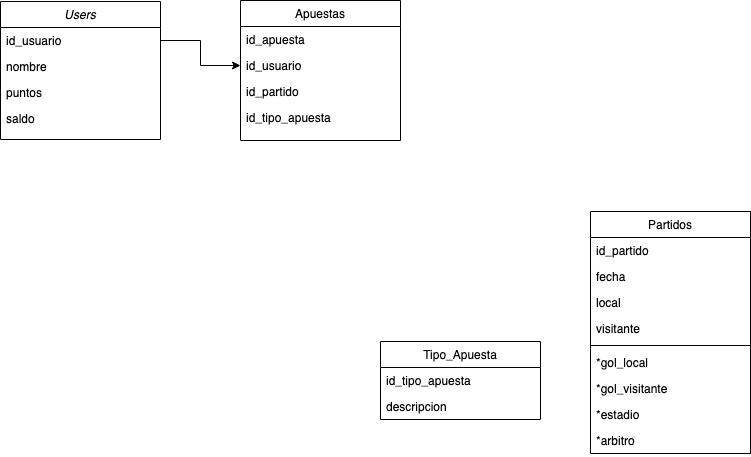
Earlier version of the draw.io export loteria.drawio.png (alekusa/loteria). Source tidied: cells renumbered, new cells last; positions are measured from the earlier drawing's top-left corner, leaving out a move shared by most shapes.
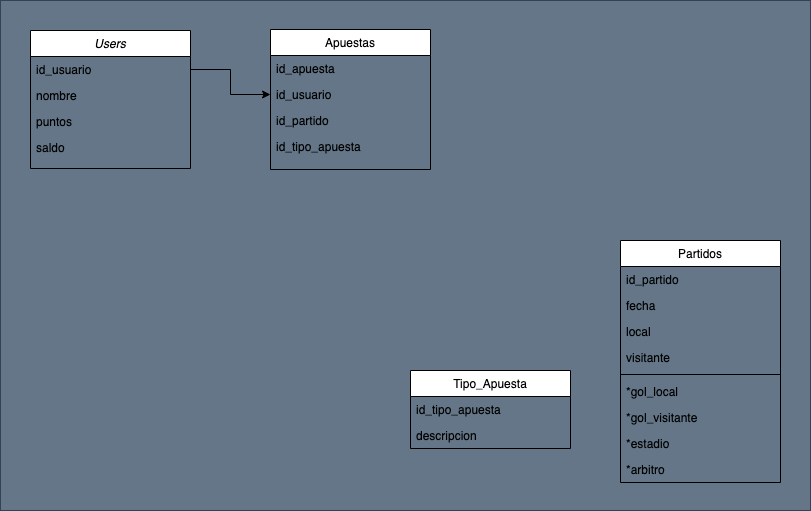
Above is the later version.

Change to the diagram source:
```diff
@@ -2,6 +2,9 @@
   <root>
     <mxCell id="0" />
     <mxCell id="1" parent="0" />
+    <mxCell id="26" style="rounded=0;whiteSpace=wrap;html=1;shadow=0;fillColor=#647687;strokeColor=#314354;fontColor=#ffffff;" parent="1" vertex="1">
+      <mxGeometry x="-30" y="-29" width="810" height="510" as="geometry" />
+    </mxCell>
     <mxCell id="2" value="Users" style="swimlane;fontStyle=2;align=center;verticalAlign=top;horizontal=1;startSize=26;rounded=0;shadow=0;strokeWidth=1;" parent="1" vertex="1">
       <mxGeometry y="1" width="160" height="138" as="geometry" />
     </mxCell>
```
